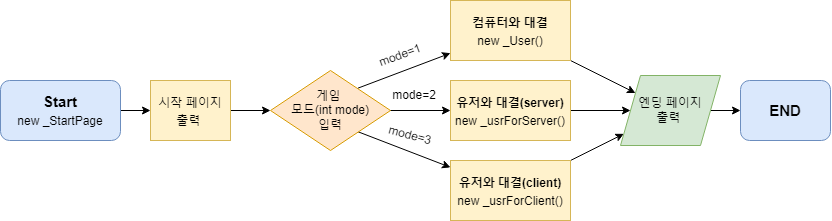
The draw.io diagram img/mainFlowchart.png in Minaminaminamima/KING_OF_OMOK, before a commit. Source tidied: cells renumbered, new cells last; positions are measured from the earlier drawing's top-left corner, leaving out a move shared by most shapes.
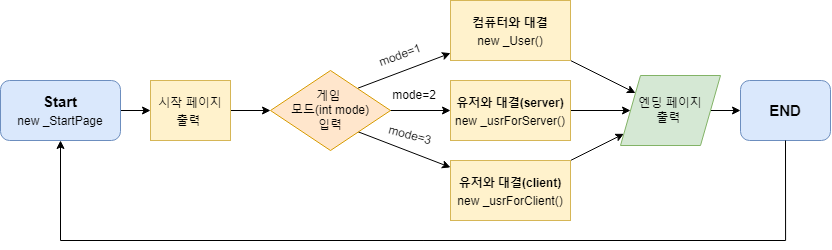
Above is the later version.

The edit, as a diff of the source:
```diff
@@ -76,5 +76,13 @@
     <mxCell id="21" value="&lt;span&gt;엔딩 페이지&lt;br&gt;출력&amp;nbsp;&lt;/span&gt;" style="shape=parallelogram;perimeter=parallelogramPerimeter;whiteSpace=wrap;html=1;fixedSize=1;fontSize=12;fillColor=#d5e8d4;strokeColor=#82b366;" parent="1" vertex="1">
       <mxGeometry x="620" y="75" width="100" height="70" as="geometry" />
     </mxCell>
+    <mxCell id="22" style="endArrow=classic;html=1;rounded=0;fontSize=12;exitX=0.5;exitY=1;exitDx=0;exitDy=0;entryX=0.5;entryY=1;entryDx=0;entryDy=0;edgeStyle=orthogonalEdgeStyle;" parent="1" edge="1" source="16" target="7">
+      <mxGeometry relative="1" as="geometry">
+        <Array as="points">
+          <mxPoint x="785" y="240" />
+          <mxPoint x="60" y="240" />
+        </Array>
+      </mxGeometry>
+    </mxCell>
   </root>
 </mxGraphModel>
```
